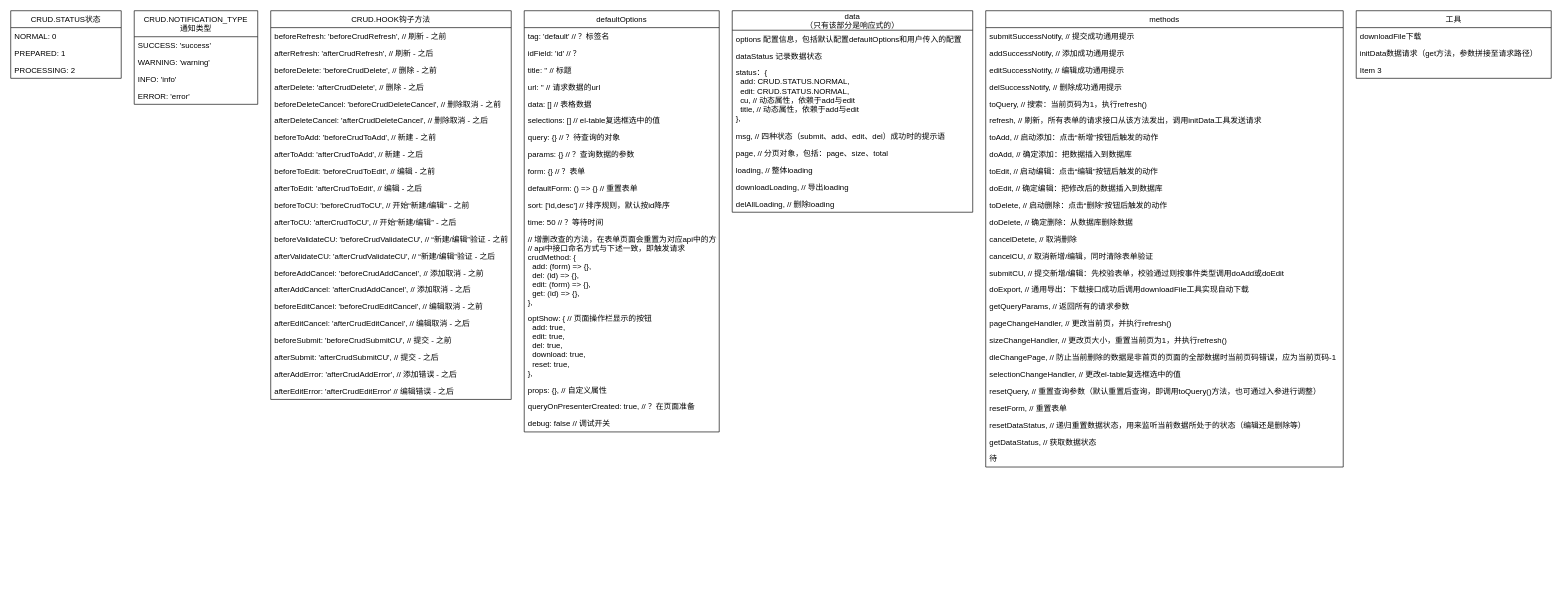
ZhantongJiang/eladmin-web-learnning-note keeps this draw.io diagram as CRUD梳理-draft.drawio. Above is the earlier version. Source tidied: cells renumbered, new cells numbered last; positions are measured from the earlier drawing's top-left corner, leaving out a move shared by most shapes. Both pictures are drawn from the tidied source at 65%, with x=0, y=0 at pixel (10, 10).
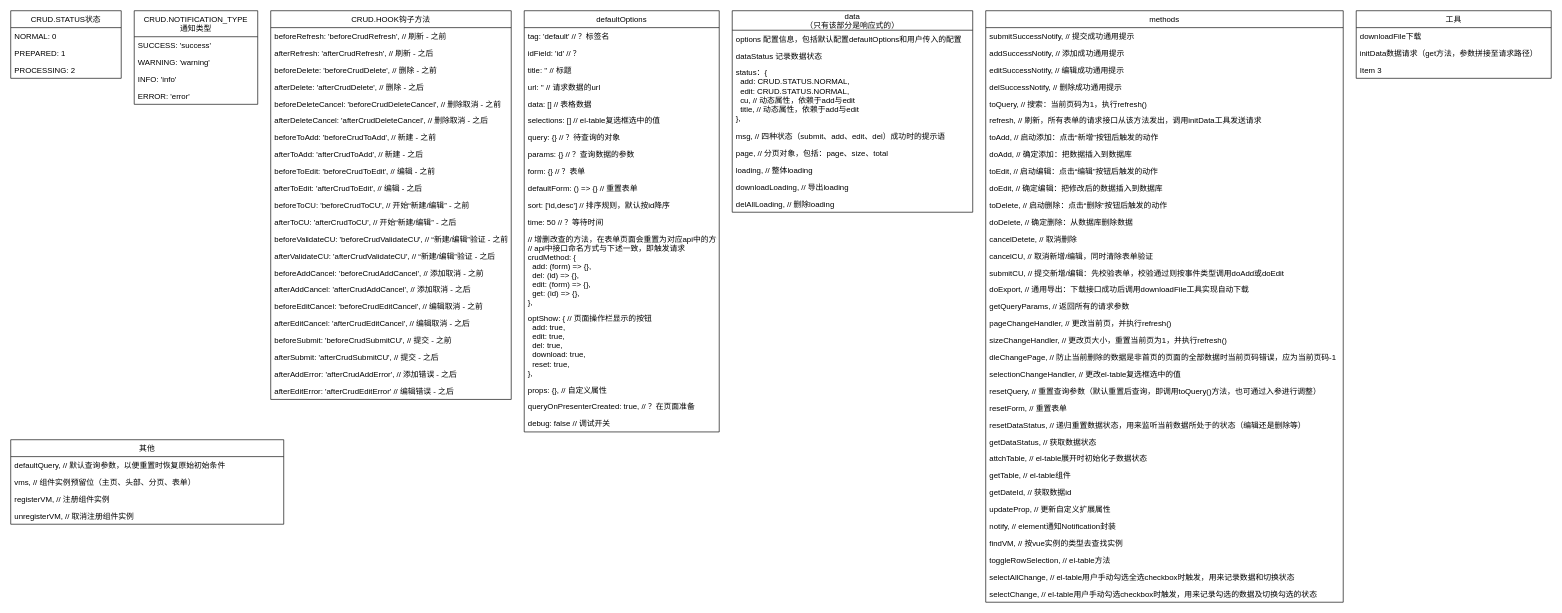
The same diagram, later.

The edit, as a diff of the source:
```diff
@@
     <mxCell id="61" value="methods" style="swimlane;fontStyle=0;horizontal=1;startSize=26;fillColor=none;" parent="1" vertex="1">
-      <mxGeometry x="1500" width="550" height="702" as="geometry" />
+      <mxGeometry x="1500" width="550" height="910" as="geometry" />
     </mxCell>
@@
-    <mxCell id="87" value="待" style="text;strokeColor=none;fillColor=none;align=left;verticalAlign=top;spacingLeft=4;spacingRight=4;overflow=hidden;" parent="61" vertex="1">
-      <mxGeometry y="676" width="550" height="26" as="geometry" />
-    </mxCell>
+    <mxCell id="92" value="attchTable, // el-table展开时初始化子数据状态" style="text;strokeColor=none;fillColor=none;align=left;verticalAlign=top;spacingLeft=4;spacingRight=4;overflow=hidden;" parent="61" vertex="1">
+      <mxGeometry y="676" width="550" height="26" as="geometry" />
+    </mxCell>
+    <mxCell id="93" value="getTable, // el-table组件" style="text;strokeColor=none;fillColor=none;align=left;verticalAlign=top;spacingLeft=4;spacingRight=4;overflow=hidden;" parent="61" vertex="1">
+      <mxGeometry y="702" width="550" height="26" as="geometry" />
+    </mxCell>
+    <mxCell id="94" value="getDateId, // 获取数据id" style="text;strokeColor=none;fillColor=none;align=left;verticalAlign=top;spacingLeft=4;spacingRight=4;overflow=hidden;" parent="61" vertex="1">
+      <mxGeometry y="728" width="550" height="26" as="geometry" />
+    </mxCell>
+    <mxCell id="95" value="updateProp, // 更新自定义扩展属性" style="text;strokeColor=none;fillColor=none;align=left;verticalAlign=top;spacingLeft=4;spacingRight=4;overflow=hidden;" parent="61" vertex="1">
+      <mxGeometry y="754" width="550" height="26" as="geometry" />
+    </mxCell>
+    <mxCell id="96" value="notify, // element通知Notification封装" style="text;strokeColor=none;fillColor=none;align=left;verticalAlign=top;spacingLeft=4;spacingRight=4;overflow=hidden;" parent="61" vertex="1">
+      <mxGeometry y="780" width="550" height="26" as="geometry" />
+    </mxCell>
+    <mxCell id="97" value="findVM, // 按vue实例的类型去查找实例" style="text;strokeColor=none;fillColor=none;align=left;verticalAlign=top;spacingLeft=4;spacingRight=4;overflow=hidden;" parent="61" vertex="1">
+      <mxGeometry y="806" width="550" height="26" as="geometry" />
+    </mxCell>
+    <mxCell id="98" value="toggleRowSelection, // el-table方法" style="text;strokeColor=none;fillColor=none;align=left;verticalAlign=top;spacingLeft=4;spacingRight=4;overflow=hidden;" parent="61" vertex="1">
+      <mxGeometry y="832" width="550" height="26" as="geometry" />
+    </mxCell>
+    <mxCell id="99" value="selectAllChange, // el-table用户手动勾选全选checkbox时触发，用来记录数据和切换状态" style="text;strokeColor=none;fillColor=none;align=left;verticalAlign=top;spacingLeft=4;spacingRight=4;overflow=hidden;" parent="61" vertex="1">
+      <mxGeometry y="858" width="550" height="26" as="geometry" />
+    </mxCell>
+    <mxCell id="100" value="selectChange, // el-table用户手动勾选checkbox时触发，用来记录勾选的数据及切换勾选的状态" style="text;strokeColor=none;fillColor=none;align=left;verticalAlign=top;spacingLeft=4;spacingRight=4;overflow=hidden;" parent="61" vertex="1">
+      <mxGeometry y="884" width="550" height="26" as="geometry" />
+    </mxCell>
@@
+    <mxCell id="101" value="其他" style="swimlane;fontStyle=0;horizontal=1;startSize=26;fillColor=none;" parent="1" vertex="1">
+      <mxGeometry y="660" width="420" height="130" as="geometry" />
+    </mxCell>
+    <mxCell id="102" value="defaultQuery, // 默认查询参数，以便重置时恢复原始初始条件" style="text;strokeColor=none;fillColor=none;align=left;verticalAlign=top;spacingLeft=4;spacingRight=4;overflow=hidden;" parent="101" vertex="1">
+      <mxGeometry y="26" width="420" height="26" as="geometry" />
+    </mxCell>
+    <mxCell id="103" value="vms, // 组件实例预留位（主页、头部、分页、表单）" style="text;strokeColor=none;fillColor=none;align=left;verticalAlign=top;spacingLeft=4;spacingRight=4;overflow=hidden;" parent="101" vertex="1">
+      <mxGeometry y="52" width="420" height="26" as="geometry" />
+    </mxCell>
+    <mxCell id="104" value="registerVM, // 注册组件实例" style="text;strokeColor=none;fillColor=none;align=left;verticalAlign=top;spacingLeft=4;spacingRight=4;overflow=hidden;" parent="101" vertex="1">
+      <mxGeometry y="78" width="420" height="26" as="geometry" />
+    </mxCell>
+    <mxCell id="105" value="unregisterVM, // 取消注册组件实例" style="text;strokeColor=none;fillColor=none;align=left;verticalAlign=top;spacingLeft=4;spacingRight=4;overflow=hidden;" parent="101" vertex="1">
+      <mxGeometry y="104" width="420" height="26" as="geometry" />
+    </mxCell>
```
